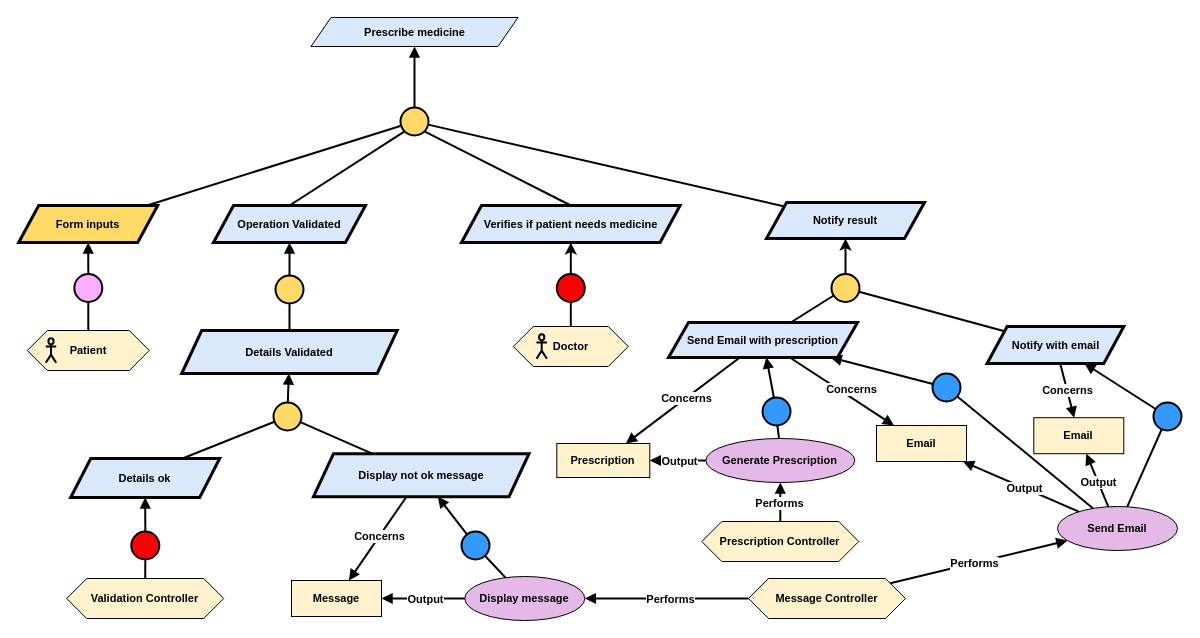
Above: Kaos/KAOS 12.drawio in RafaelCMira/myclinic-msp-project (draw.io), before the change. Source tidied: cells renumbered, new cells numbered last; positions are measured from the earlier drawing's top-left corner, leaving out a move shared by most shapes. Both pictures are drawn from the tidied source at 100%, with x=0, y=0 at pixel (18, 17).
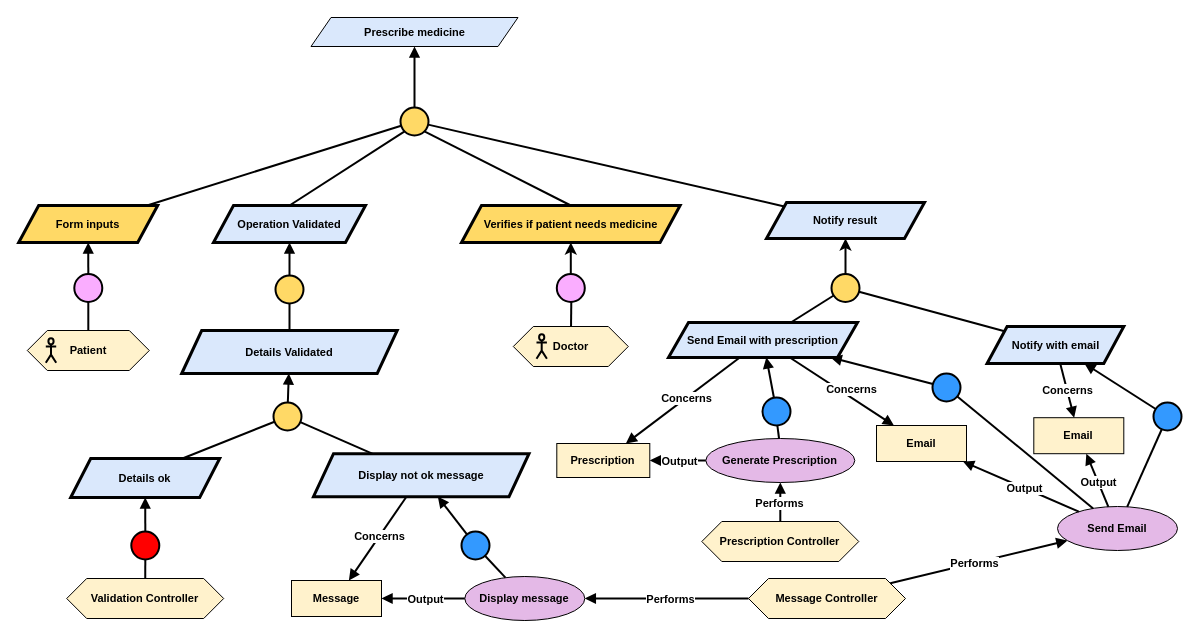
After the change.

Unchanged cells that the change refers to:
```xml
<mxCell id="74" value="&lt;b&gt;Doctor&lt;/b&gt;" style="shape=hexagon;perimeter=hexagonPerimeter2;whiteSpace=wrap;html=1;fixedSize=1;fillColor=#FFF2CC;fontFamily=Helvetica;fontSize=11;fontColor=default;labelBackgroundColor=none;" parent="73" vertex="1">
  <mxGeometry width="115" height="40" as="geometry" />
</mxCell>
```

Change to the diagram source:
```diff
@@
-    <mxCell id="12" style="ellipse;whiteSpace=wrap;html=1;fillColor=#FF0000;strokeWidth=2;fontFamily=Helvetica;fontSize=11;fontColor=default;labelBackgroundColor=default;" parent="1" vertex="1">
-      <mxGeometry x="538.3" y="256.5" width="28" height="28" as="geometry" />
-    </mxCell>
-    <mxCell id="13" style="endArrow=none;html=1;rounded=0;strokeWidth=2;strokeColor=default;align=center;verticalAlign=middle;fontFamily=Helvetica;fontSize=11;fontColor=default;labelBackgroundColor=default;" parent="1" edge="1" source="74" target="12">
-      <mxGeometry relative="1" as="geometry" />
+    <mxCell id="13" style="endArrow=none;html=1;rounded=0;strokeWidth=2;strokeColor=default;align=center;verticalAlign=middle;fontFamily=Helvetica;fontSize=11;fontColor=default;labelBackgroundColor=default;" parent="1" edge="1" source="74">
+      <mxGeometry relative="1" as="geometry">
+        <mxPoint x="552.8" y="284.5" as="targetPoint" />
+      </mxGeometry>
     </mxCell>
@@
-    <mxCell id="17" value="&lt;b&gt;Verifies if patient needs medicine&lt;/b&gt;" style="shape=parallelogram;perimeter=parallelogramPerimeter;whiteSpace=wrap;html=1;fixedSize=1;strokeWidth=3;fontFamily=Helvetica;fontSize=11;labelBackgroundColor=none;fillColor=#dae8fc;strokeColor=default;" parent="1" vertex="1">
+    <mxCell id="17" value="&lt;b&gt;Verifies if patient needs medicine&lt;/b&gt;" style="shape=parallelogram;perimeter=parallelogramPerimeter;whiteSpace=wrap;html=1;fixedSize=1;strokeWidth=3;fontFamily=Helvetica;fontSize=11;labelBackgroundColor=none;fillColor=#ffd966;strokeColor=default;" parent="1" vertex="1">
       <mxGeometry x="443" y="188" width="218.6" height="37" as="geometry" />
     </mxCell>
-    <mxCell id="18" style="endArrow=classic;html=1;rounded=0;strokeWidth=2;" parent="1" edge="1" source="12" target="17">
-      <mxGeometry relative="1" as="geometry" />
+    <mxCell id="18" style="endArrow=classic;html=1;rounded=0;strokeWidth=2;" parent="1" edge="1" target="17">
+      <mxGeometry relative="1" as="geometry">
+        <mxPoint x="552.3" y="256.5" as="sourcePoint" />
+      </mxGeometry>
     </mxCell>
@@
+    <mxCell id="87" style="ellipse;whiteSpace=wrap;html=1;fillColor=#FAADFF;strokeWidth=2;fontFamily=Helvetica;fontSize=11;fontColor=default;labelBackgroundColor=default;" parent="1" vertex="1">
+      <mxGeometry x="538.3" y="256.5" width="28" height="28" as="geometry" />
+    </mxCell>
```
